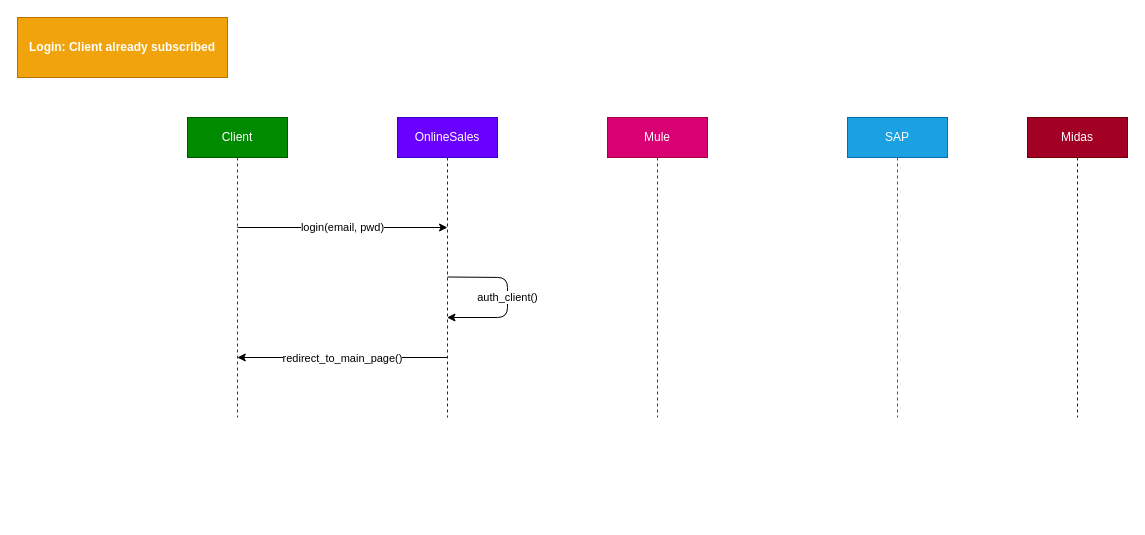
Earlier version of the draw.io diagram page "Login" (3 of 7) of OnlineSales.v7.drawio (anlugifa/drawio). Source tidied: cells renumbered, new cells numbered last; positions are measured from the earlier drawing's top-left corner, leaving out a move shared by most shapes. Both pictures are drawn from the tidied source at 100%, with x=0, y=0 at pixel (17, 17).
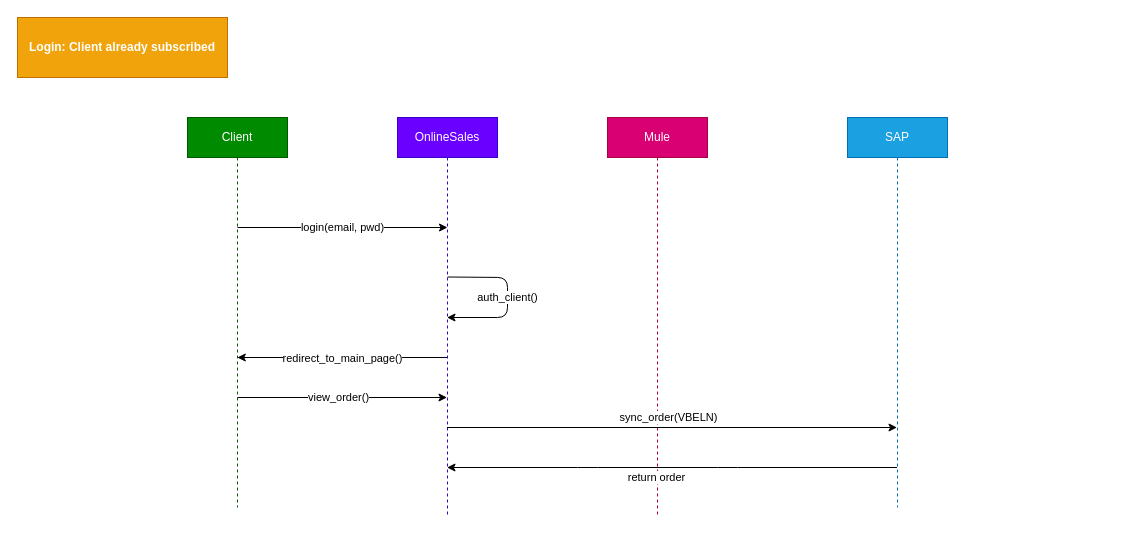
The same diagram, later.

Diff of the diagram source:
```diff
@@
     <mxCell id="2" value="OnlineSales" style="shape=umlLifeline;perimeter=lifelinePerimeter;whiteSpace=wrap;html=1;outlineConnect=0;fillColor=#6a00ff;strokeColor=#3700CC;fontColor=#ffffff;" parent="1" vertex="1">
-      <mxGeometry x="380" y="100" width="100" height="300" as="geometry" />
+      <mxGeometry x="380" y="100" width="100" height="400" as="geometry" />
     </mxCell>
     <mxCell id="3" value="Mule" style="shape=umlLifeline;perimeter=lifelinePerimeter;whiteSpace=wrap;html=1;fillColor=#d80073;strokeColor=#A50040;fontColor=#ffffff;" parent="1" vertex="1">
-      <mxGeometry x="590" y="100" width="100" height="300" as="geometry" />
+      <mxGeometry x="590" y="100" width="100" height="400" as="geometry" />
     </mxCell>
     <mxCell id="4" value="SAP" style="shape=umlLifeline;perimeter=lifelinePerimeter;whiteSpace=wrap;html=1;outlineConnect=0;fillColor=#1ba1e2;strokeColor=#006EAF;fontColor=#ffffff;" parent="1" vertex="1">
-      <mxGeometry x="830" y="100" width="100" height="300" as="geometry" />
+      <mxGeometry x="830" y="100" width="100" height="390" as="geometry" />
     </mxCell>
-    <mxCell id="5" value="Midas" style="shape=umlLifeline;perimeter=lifelinePerimeter;whiteSpace=wrap;html=1;fillColor=#a20025;strokeColor=#6F0000;fontColor=#ffffff;" parent="1" vertex="1">
-      <mxGeometry x="1010" y="100" width="100" height="300" as="geometry" />
-    </mxCell>
     <mxCell id="6" value="Client" style="shape=umlLifeline;perimeter=lifelinePerimeter;whiteSpace=wrap;html=1;fillColor=#008a00;strokeColor=#005700;fontColor=#ffffff;" parent="1" vertex="1">
-      <mxGeometry x="170" y="100" width="100" height="300" as="geometry" />
+      <mxGeometry x="170" y="100" width="100" height="390" as="geometry" />
     </mxCell>
@@
+    <mxCell id="12" value="view_order()" style="endArrow=classic;html=1;" parent="1" edge="1" target="2">
+      <mxGeometry x="0.25" y="-30" relative="1" as="geometry">
+        <mxPoint x="220" y="380" as="sourcePoint" />
+        <Array as="points">
+          <mxPoint x="350.5" y="380" />
+        </Array>
+        <mxPoint x="-30" y="-30" as="offset" />
+      </mxGeometry>
+    </mxCell>
+    <mxCell id="13" value="sync_order(VBELN)" style="endArrow=classic;html=1;" parent="1" edge="1" source="2" target="4">
+      <mxGeometry x="-0.02" y="10" relative="1" as="geometry">
+        <Array as="points">
+          <mxPoint x="570.5" y="410" />
+        </Array>
+      </mxGeometry>
+    </mxCell>
+    <mxCell id="14" value="return order" style="endArrow=classic;html=1;" parent="1" edge="1" source="4" target="2">
+      <mxGeometry x="0.07" y="10" relative="1" as="geometry">
+        <Array as="points">
+          <mxPoint x="710" y="450" />
+          <mxPoint x="570" y="450" />
+        </Array>
+      </mxGeometry>
+    </mxCell>
```
